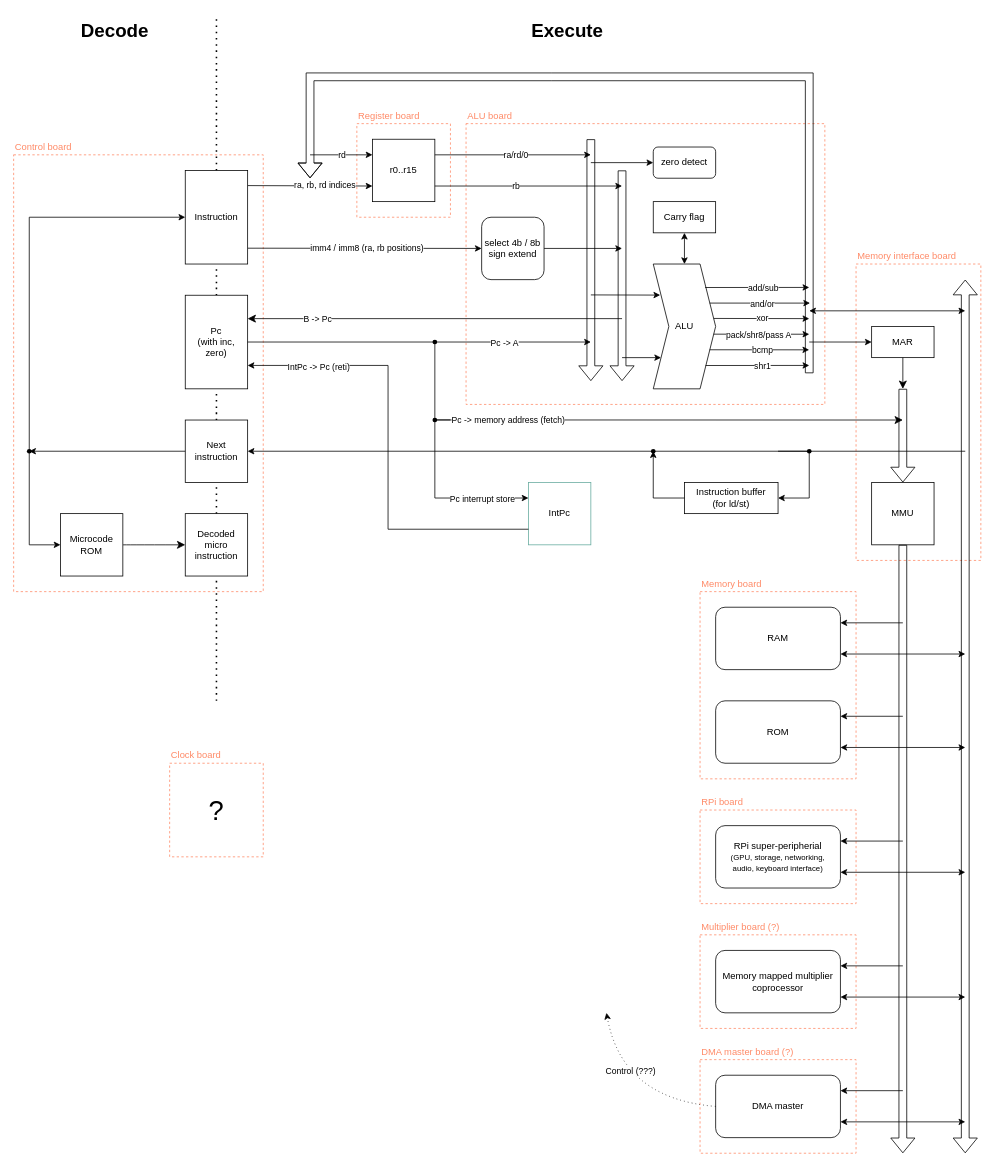
Earlier version of the draw.io diagram block diagram.drawio (bluecube/pickle_risc). Source tidied: cells renumbered, new cells numbered last; positions are measured from the earlier drawing's top-left corner, leaving out a move shared by most shapes. Both pictures are drawn from the tidied source at 78%, with x=0, y=0 at pixel (13, 14).
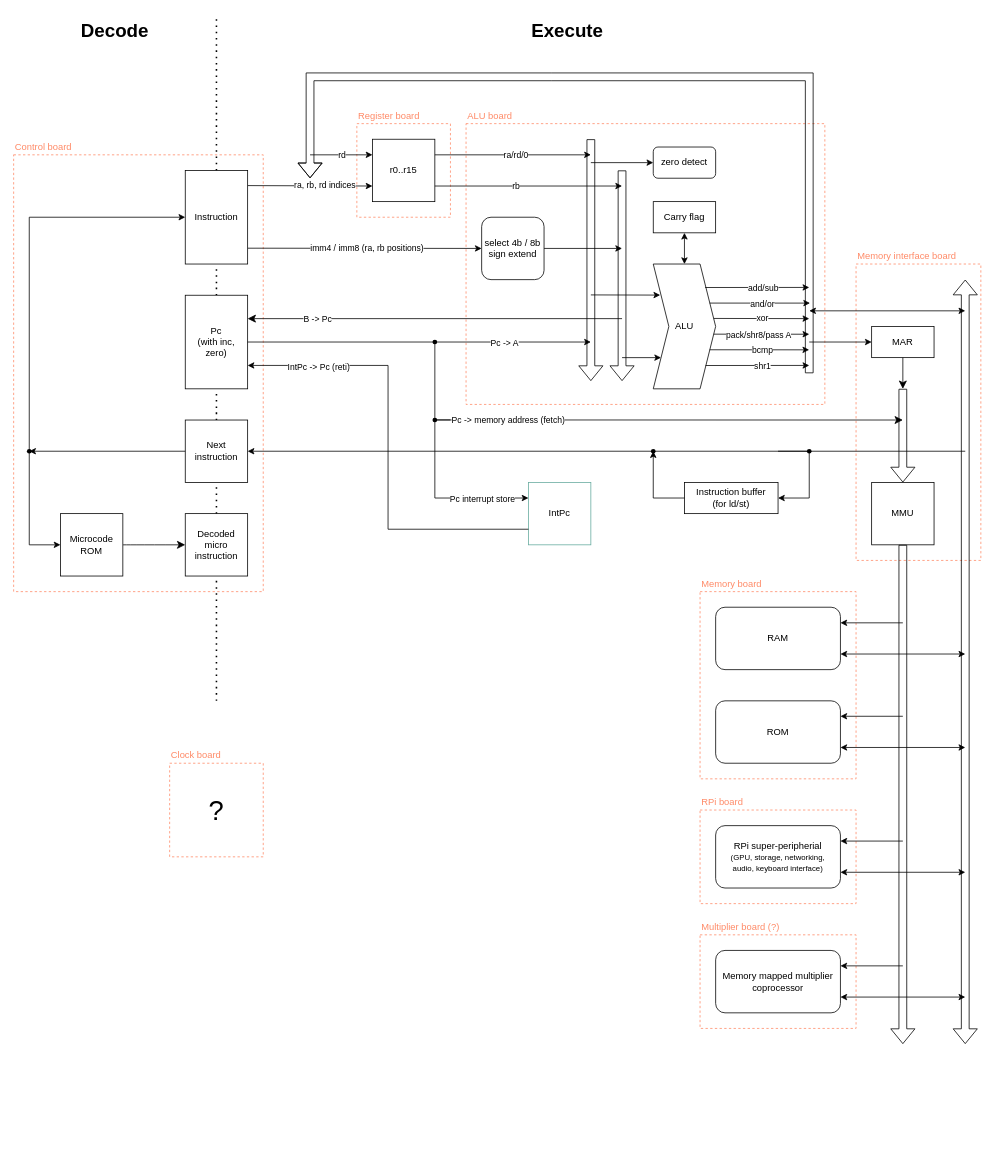
Above is the later version.

Commit message:
Removed DMA master from the block diagram

Instead we'll have a microcoded multi-cycle memcpy instruction, should be more compact and exactly as fast.

Unchanged cells that the change refers to:
```xml
<mxCell id="17" value="MMU" style="rounded=0;whiteSpace=wrap;html=1;" parent="1" vertex="1">
  <mxGeometry x="1100" y="600" width="80" height="80" as="geometry" />
</mxCell>
```

The edit, as a diff of the source:
```diff
@@
     <mxCell id="21" style="shape=flexArrow;endArrow=classic;html=1;rounded=0;exitX=0.5;exitY=1;exitDx=0;exitDy=0;" parent="1" edge="1" source="17">
       <mxGeometry relative="1" as="geometry">
-        <mxPoint x="1140" y="1460" as="targetPoint" />
+        <mxPoint x="1140" y="1320" as="targetPoint" />
       </mxGeometry>
     </mxCell>
     <mxCell id="22" style="shape=flexArrow;endArrow=classic;startArrow=classic;html=1;rounded=0;" parent="1" edge="1">
       <mxGeometry relative="1" as="geometry">
-        <mxPoint x="1220" y="1460" as="sourcePoint" />
+        <mxPoint x="1220" y="1320" as="sourcePoint" />
         <mxPoint x="1220" y="340" as="targetPoint" />
       </mxGeometry>
     </mxCell>
@@
-    <mxCell id="105" style="rounded=0;whiteSpace=wrap;html=1;fillColor=none;dashed=1;strokeColor=#FF8A67;" parent="1" vertex="1">
-      <mxGeometry x="880" y="1340" width="200" height="120" as="geometry" />
-    </mxCell>
-    <mxCell id="106" value="DMA master" style="rounded=1;whiteSpace=wrap;html=1;" parent="1" vertex="1">
-      <mxGeometry x="900" y="1360" width="160" height="80" as="geometry" />
-    </mxCell>
-    <mxCell id="107" style="endArrow=classic;html=1;rounded=0;startArrow=classic;startFill=1;" parent="1" edge="1">
-      <mxGeometry relative="1" as="geometry">
-        <mxPoint x="1220" y="1419.8" as="sourcePoint" />
-        <mxPoint x="1060" y="1419.8" as="targetPoint" />
-      </mxGeometry>
-    </mxCell>
-    <mxCell id="108" style="endArrow=classic;html=1;rounded=0;startArrow=none;startFill=0;" parent="1" edge="1">
-      <mxGeometry relative="1" as="geometry">
-        <mxPoint x="1140" y="1379.8" as="sourcePoint" />
-        <mxPoint x="1060" y="1379.8" as="targetPoint" />
-      </mxGeometry>
-    </mxCell>
-    <mxCell id="109" value="DMA master board (?)" style="text;html=1;align=left;verticalAlign=middle;whiteSpace=wrap;rounded=0;fontColor=#FF8A67;" parent="1" vertex="1">
-      <mxGeometry x="880" y="1320" width="150" height="20" as="geometry" />
-    </mxCell>
-    <mxCell id="110" style="curved=1;endArrow=classic;html=1;rounded=0;exitX=0;exitY=0.5;exitDx=0;exitDy=0;dashed=1;dashPattern=1 4;" parent="1" edge="1" source="106">
-      <mxGeometry relative="1" as="geometry">
-        <mxPoint x="760" y="1280" as="targetPoint" />
-        <Array as="points">
-          <mxPoint x="780" y="1390" />
-          <mxPoint x="760" y="1280" />
-        </Array>
-      </mxGeometry>
-    </mxCell>
-    <mxCell id="111" value="Control (???)" style="edgeLabel;html=1;align=center;verticalAlign=middle;" parent="110" vertex="1">
-      <mxGeometry x="0.32" y="-17" relative="1" as="geometry" />
-    </mxCell>
```
